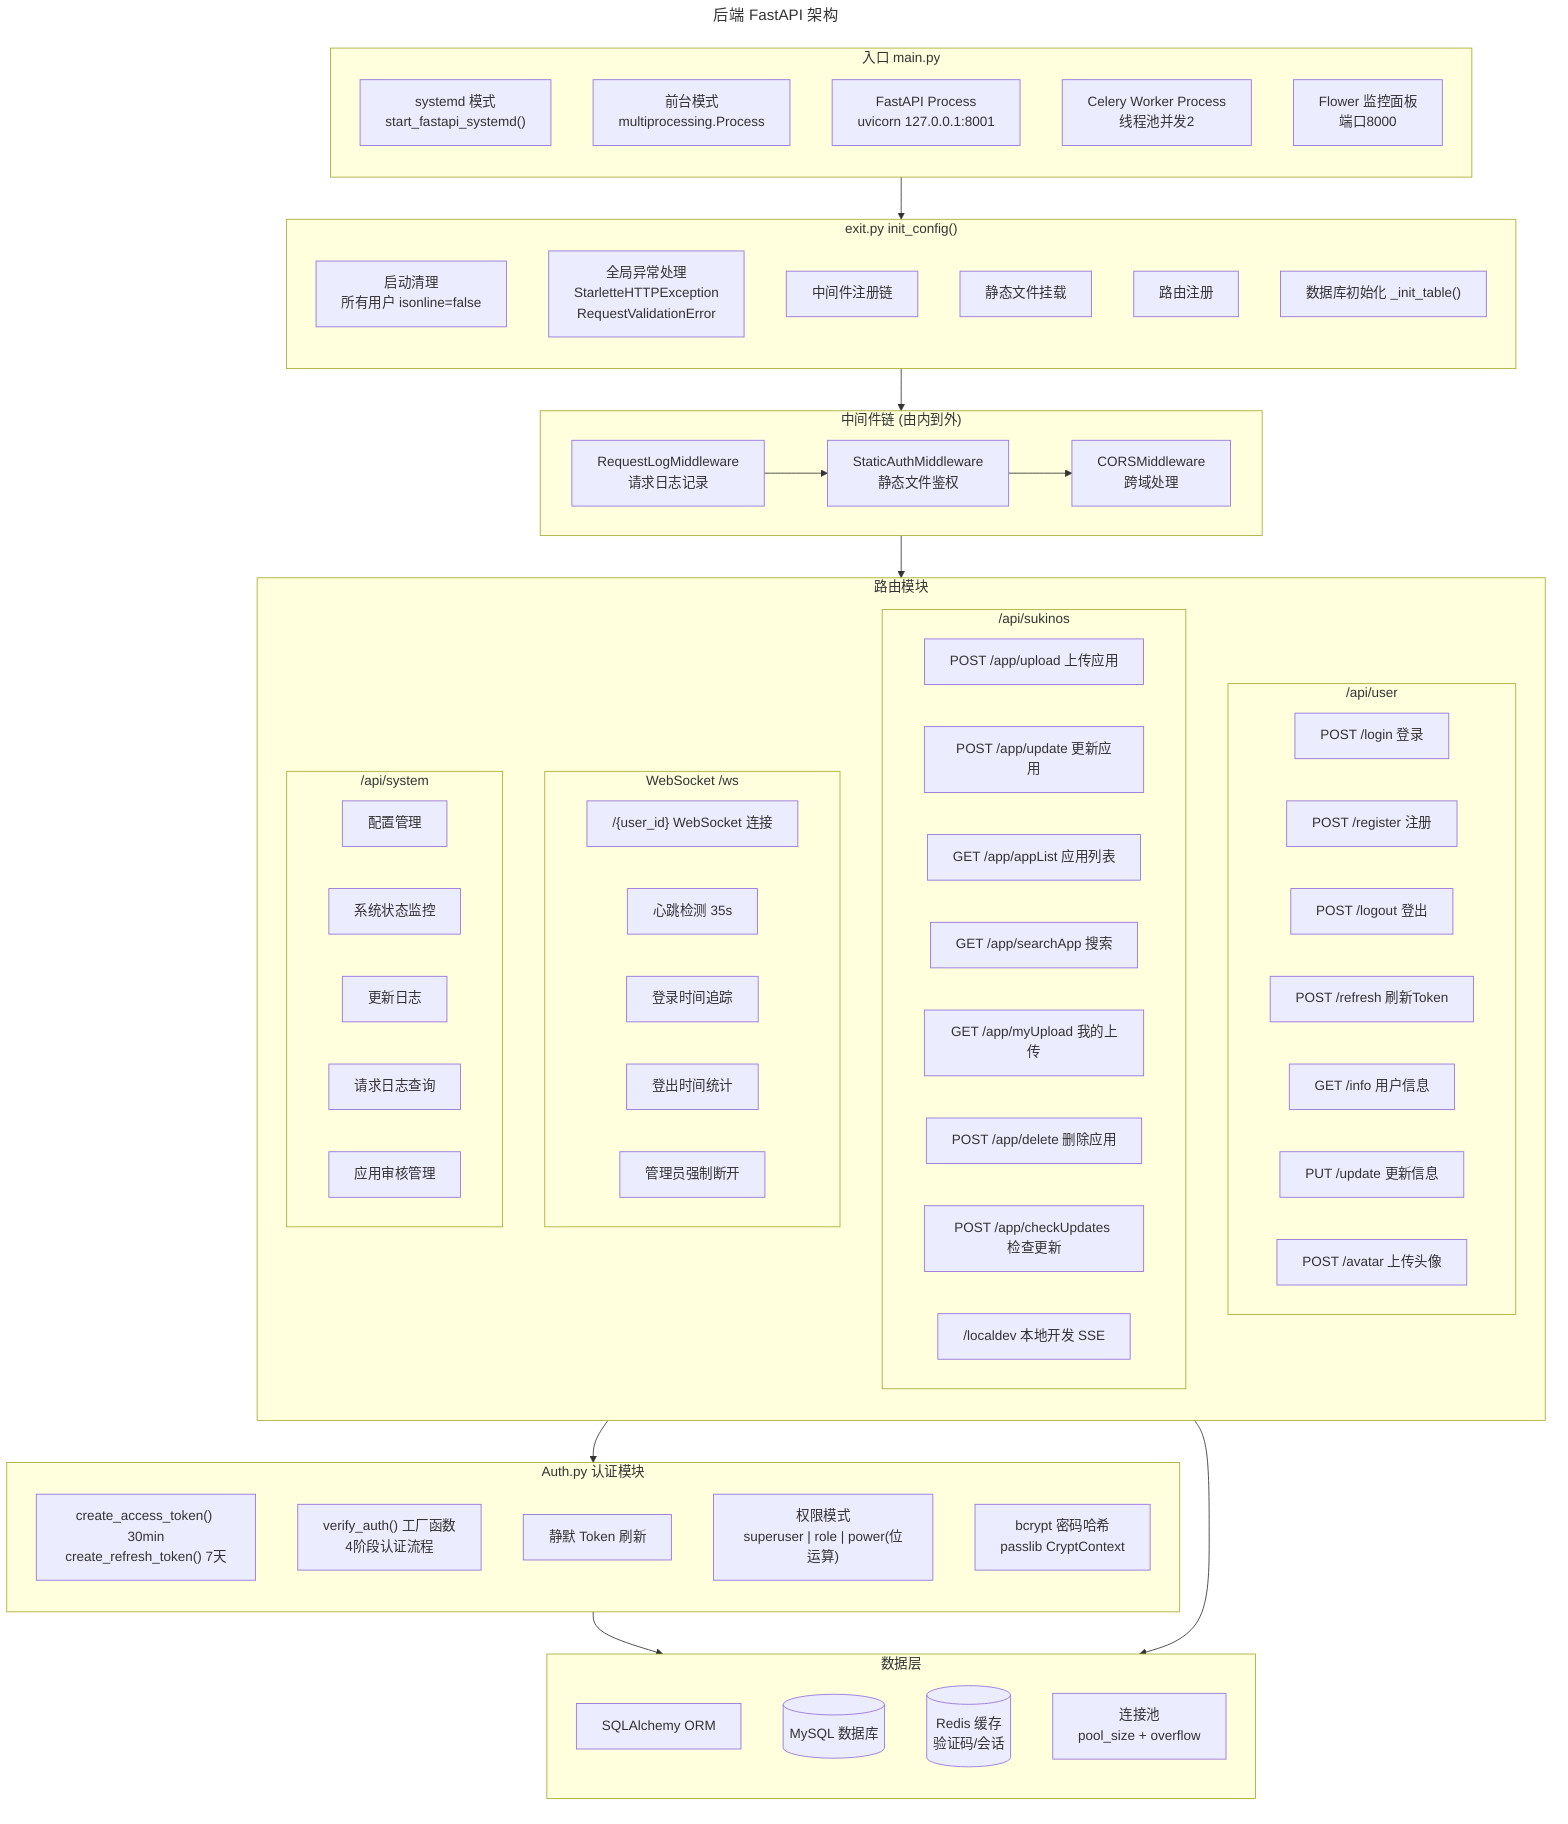
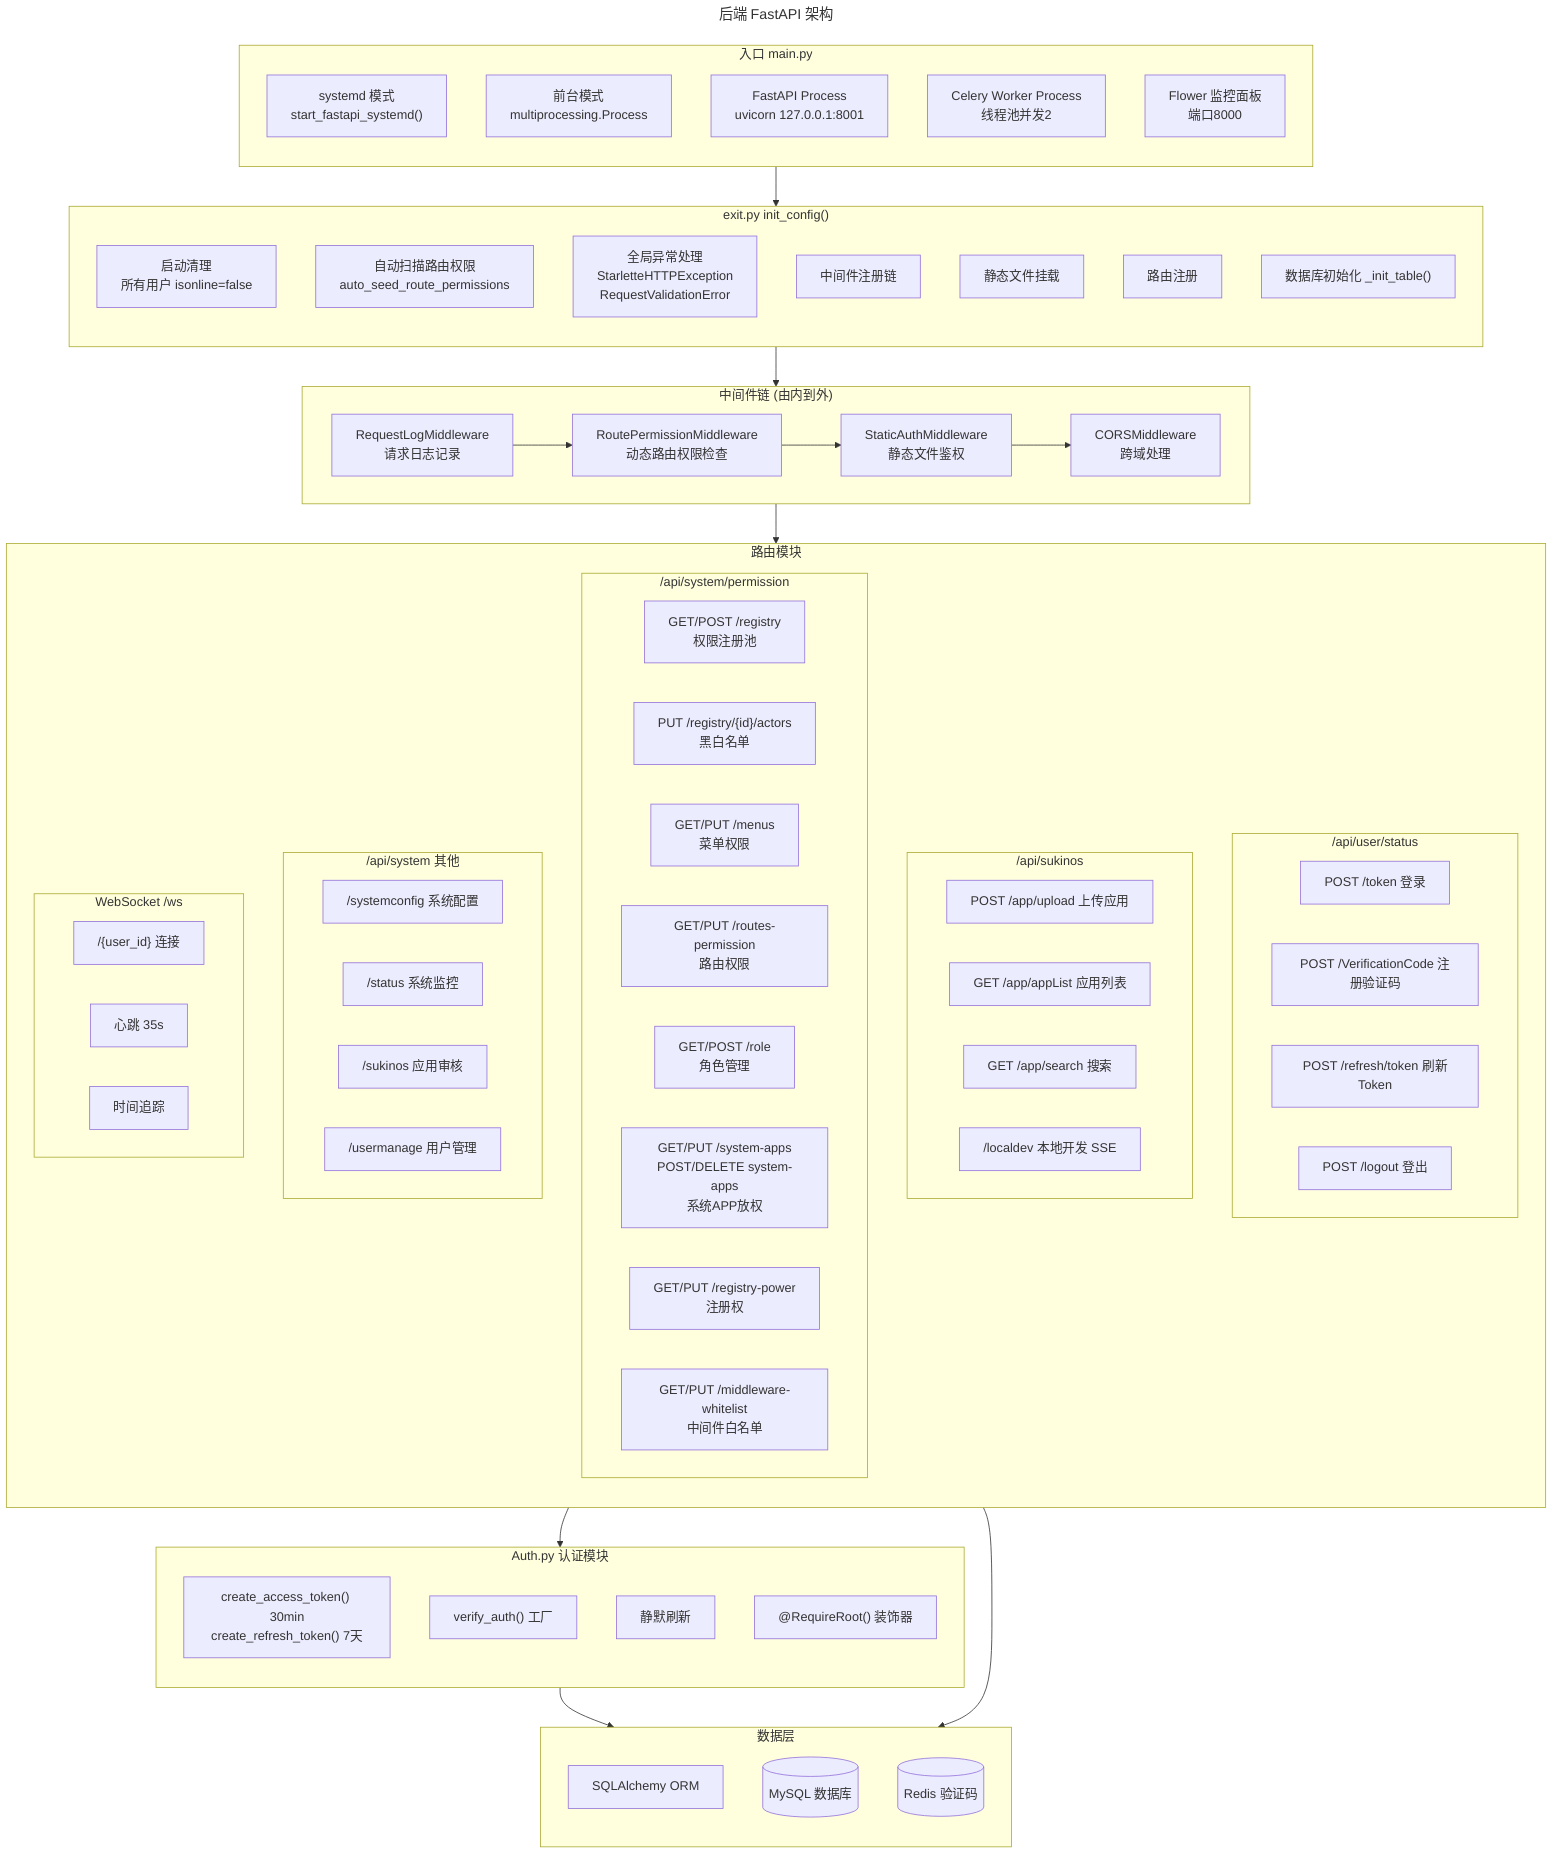
---
title: 后端 FastAPI 架构
---
graph TB
    subgraph Entry["入口 main.py"]
        direction TB
        SystemdMode["systemd 模式<br/>start_fastapi_systemd()"]
        ForegroundMode["前台模式<br/>multiprocessing.Process"]
        FastAPIProc["FastAPI Process<br/>uvicorn 127.0.0.1:8001"]
        CeleryProc["Celery Worker Process<br/>线程池并发2"]
        FlowerProc["Flower 监控面板<br/>端口8000"]
    end

    subgraph InitConfig["exit.py init_config()"]
        direction TB
        StartupClean["启动清理<br/>所有用户 isonline=false"]
+         AutoSeedRoutes["自动扫描路由权限<br/>auto_seed_route_permissions"]
        ExceptionHandler["全局异常处理<br/>StarletteHTTPException<br/>RequestValidationError"]
        MiddlewareChain["中间件注册链"]
        StaticMount["静态文件挂载"]
        RouteReg["路由注册"]
        DBInit["数据库初始化 _init_table()"]
    end

    subgraph Middleware["中间件链 (由内到外)"]
        direction LR
        M1["RequestLogMiddleware<br/>请求日志记录"]
-         M2["StaticAuthMiddleware<br/>静态文件鉴权"]
-         M3["CORSMiddleware<br/>跨域处理"]
-         M1 --> M2 --> M3
+         M2["RoutePermissionMiddleware<br/>动态路由权限检查"]
+         M3["StaticAuthMiddleware<br/>静态文件鉴权"]
+         M4["CORSMiddleware<br/>跨域处理"]
+         M1 --> M2 --> M3 --> M4
    end

    subgraph Routes["路由模块"]
        direction TB

-         subgraph UserInfo["/api/user"]
-             Login["POST /login 登录"]
-             Register["POST /register 注册"]
+         subgraph UserInfo["/api/user/status"]
+             Login["POST /token 登录"]
+             Register["POST /VerificationCode 注册验证码"]
+             Refresh["POST /refresh/token 刷新Token"]
            Logout["POST /logout 登出"]
-             Refresh["POST /refresh 刷新Token"]
-             Info["GET /info 用户信息"]
-             Update["PUT /update 更新信息"]
-             Avatar["POST /avatar 上传头像"]
        end

        subgraph SukinOS["/api/sukinos"]
            Upload["POST /app/upload 上传应用"]
-             UpdateApp["POST /app/update 更新应用"]
            AppList["GET /app/appList 应用列表"]
-             Search["GET /app/searchApp 搜索"]
-             MyUpload["GET /app/myUpload 我的上传"]
-             Delete["POST /app/delete 删除应用"]
-             CheckUpdate["POST /app/checkUpdates 检查更新"]
+             Search["GET /app/search 搜索"]
            LocalDev["/localdev 本地开发 SSE"]
        end

-         subgraph SocketApi["WebSocket /ws"]
-             WSConnect["/{user_id} WebSocket 连接"]
-             Heartbeat["心跳检测 35s"]
-             LoginTrack["登录时间追踪"]
-             LogoutTrack["登出时间统计"]
-             KickUser["管理员强制断开"]
+         subgraph Permission["/api/system/permission"]
+             Registry["GET/POST /registry<br/>权限注册池"]
+             Actors["PUT /registry/{id}/actors<br/>黑白名单"]
+             Menus["GET/PUT /menus<br/>菜单权限"]
+             RoutesPerm["GET/PUT /routes-permission<br/>路由权限"]
+             Role["GET/POST /role<br/>角色管理"]
+             SysApps["GET/PUT /system-apps<br/>POST/DELETE system-apps<br/>系统APP放权"]
+             Power["GET/PUT /registry-power<br/>注册权"]
+             Whitelist["GET/PUT /middleware-whitelist<br/>中间件白名单"]
        end

-         subgraph LocationSystem["/api/system"]
-             Config["配置管理"]
-             Status["系统状态监控"]
-             UpdateLog["更新日志"]
-             RequestLog["请求日志查询"]
-             AppManage["应用审核管理"]
+         subgraph SystemMgr["/api/system 其他"]
+             Config["/systemconfig 系统配置"]
+             Status["/status 系统监控"]
+             AppMgmt["/sukinos 应用审核"]
+             UserMgmt["/usermanage 用户管理"]
+         end
+ 
+         subgraph SocketApi["WebSocket /ws"]
+             WSConnect["/{user_id} 连接"]
+             Heartbeat["心跳 35s"]
+             LoginTrack["时间追踪"]
        end
    end

    subgraph Auth["Auth.py 认证模块"]
        direction TB
        JwtCreate["create_access_token() 30min<br/>create_refresh_token() 7天"]
-         VerifyAuth["verify_auth() 工厂函数<br/>4阶段认证流程"]
-         SilentRefresh["静默 Token 刷新"]
-         Permission["权限模式<br/>superuser | role | power(位运算)"]
-         PasswordHash["bcrypt 密码哈希<br/>passlib CryptContext"]
+         VerifyAuth["verify_auth() 工厂"]
+         SilentRefresh["静默刷新"]
+         RequireRoot["@RequireRoot() 装饰器"]
+         Permission["权限位验证"]
    end

    subgraph Database["数据层"]
        direction TB
        SQLAlchemy["SQLAlchemy ORM"]
        MySQL_[(MySQL 数据库)]
-         RedisCache[("Redis 缓存<br/>验证码/会话")]
-         ConnectionPool["连接池<br/>pool_size + overflow"]
+         RedisCache[("Redis 验证码")]
    end

    Entry --> InitConfig
    InitConfig --> Middleware
    Middleware --> Routes
    Routes --> Auth
    Auth --> Database
-     Routes --> Database
+     Routes --> Database